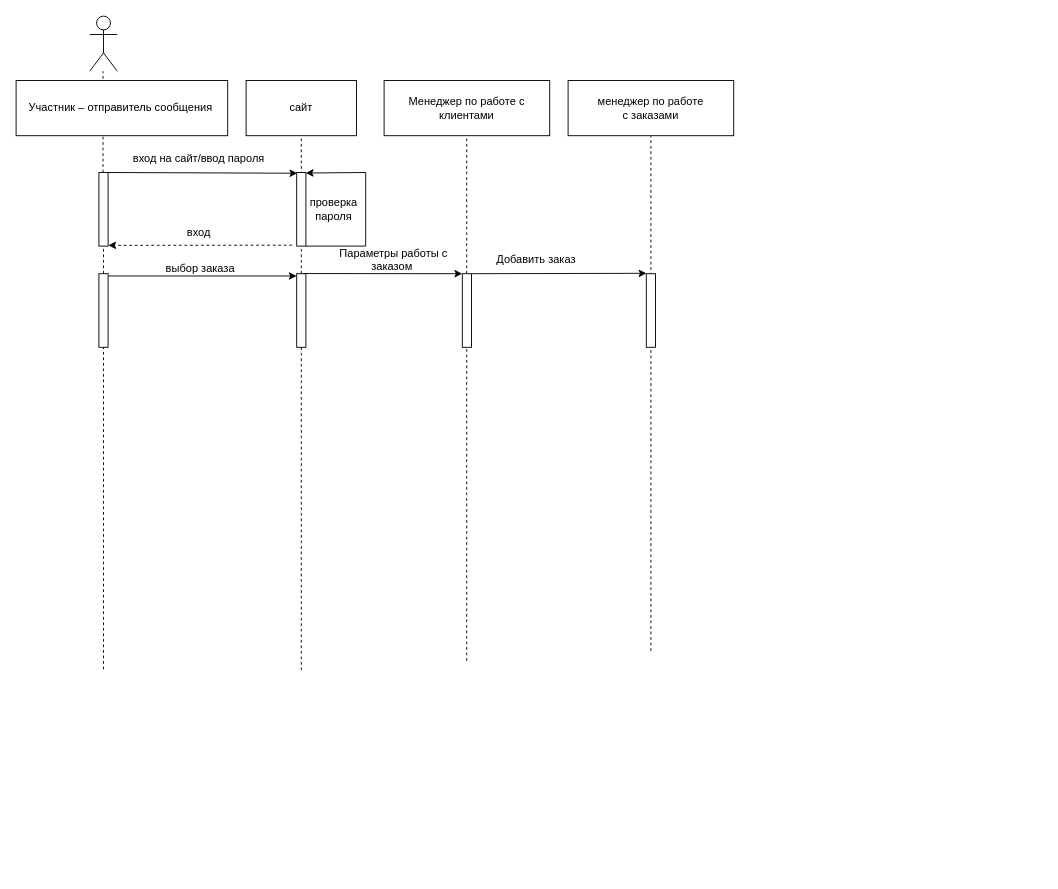
Before: page "лаб.4" (2 of 4) of Диаграмма без названия.drawio in Ev0or/dontTouch, a draw.io diagram. Source tidied: cells renumbered, new cells numbered last; positions are measured from the earlier drawing's top-left corner, leaving out a move shared by most shapes. Both pictures are drawn from the tidied source at 92%, with x=0, y=0 at pixel (16, 16).
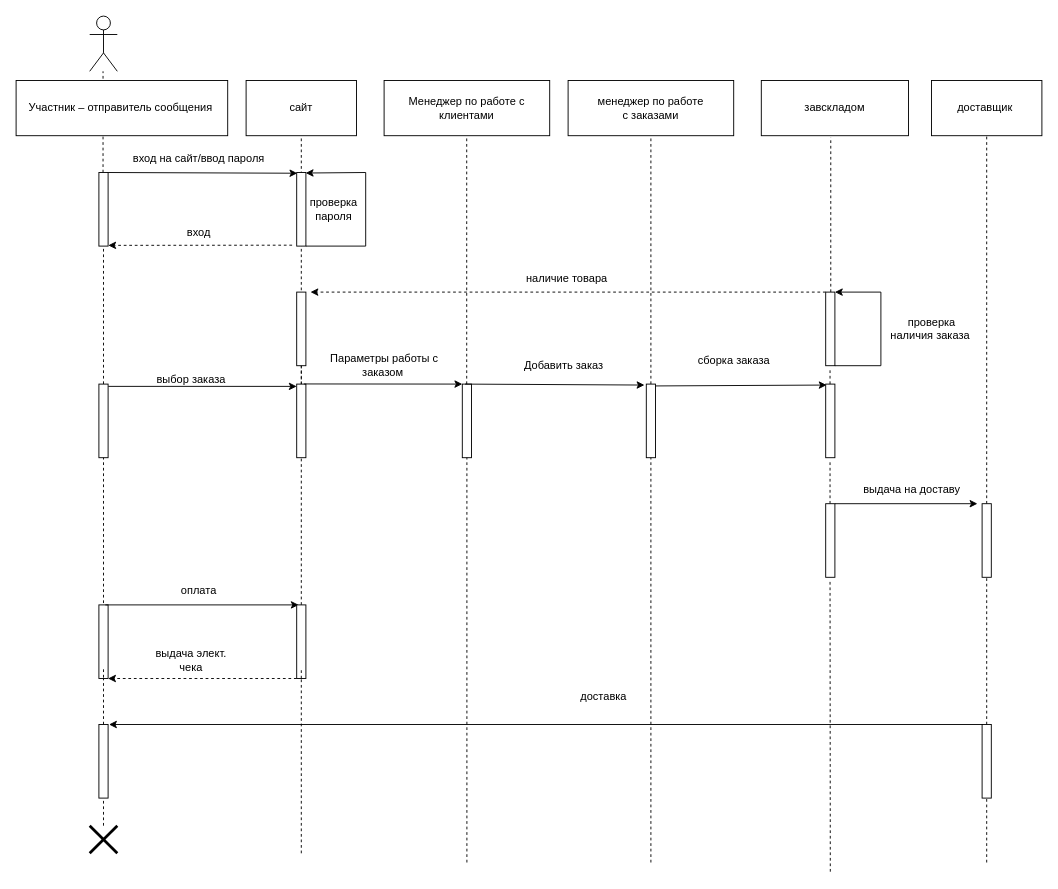
The same diagram, later.

Change to the diagram source:
```diff
@@
+    <mxCell id="34" style="endArrow=none;dashed=1;html=1;rounded=0;" parent="1" edge="1">
+      <mxGeometry relative="1" as="geometry">
+        <mxPoint x="1055" y="920" as="sourcePoint" />
+        <mxPoint x="1055" y="120" as="targetPoint" />
+      </mxGeometry>
+    </mxCell>
+    <mxCell id="35" style="endArrow=none;dashed=1;html=1;rounded=0;" parent="1" edge="1">
+      <mxGeometry relative="1" as="geometry">
+        <mxPoint x="310" y="910" as="sourcePoint" />
+        <mxPoint x="310" y="130" as="targetPoint" />
+      </mxGeometry>
+    </mxCell>
+    <mxCell id="36" style="endArrow=none;dashed=1;html=1;rounded=0;entryX=0.472;entryY=1.03;entryDx=0;entryDy=0;entryPerimeter=0;startArrow=none;" parent="1" edge="1" source="57" target="37">
+      <mxGeometry relative="1" as="geometry" />
+    </mxCell>
@@
-    <mxCell id="11" style="endArrow=none;dashed=1;html=1;rounded=0;startArrow=none;" parent="1" edge="1" source="15">
-      <mxGeometry relative="1" as="geometry">
-        <mxPoint x="310" y="130" as="targetPoint" />
-      </mxGeometry>
-    </mxCell>
@@
     <mxCell id="13" value="выбор заказа" style="text;html=1;align=center;verticalAlign=middle;strokeColor=none;fillColor=none;" parent="1" vertex="1">
-      <mxGeometry x="150" y="260" width="100" height="30" as="geometry" />
+      <mxGeometry x="140" y="380" width="100" height="30" as="geometry" />
     </mxCell>
@@
     <mxCell id="15" style="html=1;points=[];perimeter=orthogonalPerimeter;" parent="1" vertex="1">
-      <mxGeometry x="305" y="280" width="10" height="80" as="geometry" />
+      <mxGeometry x="305" y="400" width="10" height="80" as="geometry" />
     </mxCell>
-    <mxCell id="16" style="endArrow=none;dashed=1;html=1;rounded=0;" parent="1" edge="1" target="15">
-      <mxGeometry relative="1" as="geometry">
-        <mxPoint x="310" y="711" as="sourcePoint" />
-      </mxGeometry>
+    <mxCell id="16" style="endArrow=none;dashed=1;html=1;rounded=0;startArrow=none;" parent="1" edge="1" source="46" target="15">
+      <mxGeometry relative="1" as="geometry" />
     </mxCell>
@@
     <mxCell id="24" style="html=1;points=[];perimeter=orthogonalPerimeter;" parent="1" vertex="1">
-      <mxGeometry x="485" y="280" width="10" height="80" as="geometry" />
+      <mxGeometry x="485" y="400" width="10" height="80" as="geometry" />
     </mxCell>
     <mxCell id="25" style="endArrow=none;dashed=1;html=1;rounded=0;" parent="1" edge="1" target="24">
       <mxGeometry relative="1" as="geometry">
-        <mxPoint x="489.8" y="700.8" as="sourcePoint" />
+        <mxPoint x="490" y="920" as="sourcePoint" />
       </mxGeometry>
     </mxCell>
     <mxCell id="26" value="Параметры работы с&lt;br/&gt;заказом&amp;nbsp;" style="text;html=1;align=center;verticalAlign=middle;strokeColor=none;fillColor=none;" parent="1" vertex="1">
-      <mxGeometry x="340" y="245" width="140" height="40" as="geometry" />
+      <mxGeometry x="330" y="360" width="140" height="40" as="geometry" />
     </mxCell>
     <mxCell id="27" value="Добавить заказ" style="text;html=1;align=center;verticalAlign=middle;strokeColor=none;fillColor=none;" parent="1" vertex="1">
-      <mxGeometry x="510" y="250" width="110" height="30" as="geometry" />
+      <mxGeometry x="540" y="365" width="110" height="30" as="geometry" />
     </mxCell>
-    <mxCell id="28" style="endArrow=classic;html=1;rounded=0;entryX=0.02;entryY=-0.005;entryDx=0;entryDy=0;entryPerimeter=0;" parent="1" edge="1" target="33">
-      <mxGeometry relative="1" as="geometry">
-        <mxPoint x="495" y="280" as="sourcePoint" />
-      </mxGeometry>
+    <mxCell id="28" style="endArrow=classic;html=1;rounded=0;exitX=0.3;exitY=0;exitDx=0;exitDy=0;exitPerimeter=0;entryX=-0.2;entryY=0.013;entryDx=0;entryDy=0;entryPerimeter=0;" parent="1" edge="1" source="24" target="33">
+      <mxGeometry relative="1" as="geometry" />
     </mxCell>
     <mxCell id="29" style="html=1;points=[];perimeter=orthogonalPerimeter;" parent="1" vertex="1">
-      <mxGeometry x="90" y="280" width="10" height="80" as="geometry" />
+      <mxGeometry x="90" y="400" width="10" height="80" as="geometry" />
     </mxCell>
-    <mxCell id="30" style="endArrow=none;dashed=1;html=1;rounded=0;" parent="1" edge="1" target="29">
-      <mxGeometry relative="1" as="geometry">
-        <mxPoint x="95" y="710" as="sourcePoint" />
-      </mxGeometry>
+    <mxCell id="30" style="endArrow=none;dashed=1;html=1;rounded=0;startArrow=none;" parent="1" edge="1" source="67" target="29">
+      <mxGeometry relative="1" as="geometry" />
     </mxCell>
@@
-    <mxCell id="32" style="endArrow=none;dashed=1;html=1;rounded=0;" parent="1" edge="1">
+    <mxCell id="32" style="endArrow=none;dashed=1;html=1;rounded=0;startArrow=none;" parent="1" edge="1" source="33">
       <mxGeometry relative="1" as="geometry">
-        <mxPoint x="690" y="690" as="sourcePoint" />
         <mxPoint x="690" y="130" as="targetPoint" />
       </mxGeometry>
     </mxCell>
+    <mxCell id="37" value="завскладом" style="rounded=0;whiteSpace=wrap;html=1;" parent="1" vertex="1">
+      <mxGeometry x="810" y="70" width="160" height="60" as="geometry" />
+    </mxCell>
+    <mxCell id="38" style="endArrow=classic;html=1;rounded=0;entryX=0.1;entryY=0.013;entryDx=0;entryDy=0;entryPerimeter=0;exitX=0.9;exitY=0.025;exitDx=0;exitDy=0;exitPerimeter=0;" parent="1" edge="1" source="33" target="43">
+      <mxGeometry relative="1" as="geometry" />
+    </mxCell>
+    <mxCell id="39" value="сборка заказа" style="text;html=1;align=center;verticalAlign=middle;strokeColor=none;fillColor=none;" parent="1" vertex="1">
+      <mxGeometry x="730" y="360" width="100" height="30" as="geometry" />
+    </mxCell>
+    <mxCell id="40" value="выдача на доставу&amp;nbsp;" style="text;html=1;align=center;verticalAlign=middle;points=[];strokeColor=none;fillColor=none;" parent="1" vertex="1">
+      <mxGeometry x="910" y="500" width="130" height="30" as="geometry" />
+    </mxCell>
+    <mxCell id="41" value="доставщик&amp;nbsp;" style="rounded=0;whiteSpace=wrap;html=1;" parent="1" vertex="1">
+      <mxGeometry x="995" y="70" width="120" height="60" as="geometry" />
+    </mxCell>
+    <mxCell id="42" value="проверка &lt;br&gt;наличия заказа&amp;nbsp;" style="text;html=1;align=center;verticalAlign=middle;strokeColor=none;fillColor=none;" parent="1" vertex="1">
+      <mxGeometry x="940" y="320" width="110" height="40" as="geometry" />
+    </mxCell>
+    <mxCell id="43" style="html=1;points=[];perimeter=orthogonalPerimeter;" parent="1" vertex="1">
+      <mxGeometry x="880" y="400" width="10" height="80" as="geometry" />
+    </mxCell>
+    <mxCell id="44" style="endArrow=none;dashed=1;html=1;rounded=0;entryX=0.472;entryY=1.03;entryDx=0;entryDy=0;entryPerimeter=0;startArrow=none;" parent="1" edge="1" source="54" target="43">
+      <mxGeometry relative="1" as="geometry" />
+    </mxCell>
+    <mxCell id="45" style="endArrow=classic;html=1;rounded=0;dashed=1;" parent="1" edge="1">
+      <mxGeometry relative="1" as="geometry">
+        <mxPoint x="880" y="300" as="sourcePoint" />
+        <mxPoint x="320" y="300" as="targetPoint" />
+      </mxGeometry>
+    </mxCell>
+    <mxCell id="46" style="html=1;points=[];perimeter=orthogonalPerimeter;" parent="1" vertex="1">
+      <mxGeometry x="305" y="300" width="10" height="80" as="geometry" />
+    </mxCell>
+    <mxCell id="47" value="наличие товара&amp;nbsp;" style="text;html=1;align=center;verticalAlign=middle;strokeColor=none;fillColor=none;" parent="1" vertex="1">
+      <mxGeometry x="540" y="270" width="120" height="30" as="geometry" />
+    </mxCell>
+    <mxCell id="48" style="html=1;points=[];perimeter=orthogonalPerimeter;" parent="1" vertex="1">
+      <mxGeometry x="90" y="640" width="10" height="80" as="geometry" />
+    </mxCell>
+    <mxCell id="49" style="endArrow=none;dashed=1;html=1;rounded=0;" parent="1" edge="1" target="48">
+      <mxGeometry relative="1" as="geometry">
+        <mxPoint x="95" y="710" as="sourcePoint" />
+      </mxGeometry>
+    </mxCell>
+    <mxCell id="50" style="endArrow=classic;html=1;rounded=0;entryX=0.22;entryY=0;entryDx=0;entryDy=0;entryPerimeter=0;exitX=0.7;exitY=0;exitDx=0;exitDy=0;exitPerimeter=0;" parent="1" edge="1" source="48" target="51">
+      <mxGeometry relative="1" as="geometry" />
+    </mxCell>
+    <mxCell id="51" style="html=1;points=[];perimeter=orthogonalPerimeter;" parent="1" vertex="1">
+      <mxGeometry x="305" y="640" width="10" height="80" as="geometry" />
+    </mxCell>
+    <mxCell id="52" style="endArrow=none;dashed=1;html=1;rounded=0;" parent="1" edge="1" target="51">
+      <mxGeometry relative="1" as="geometry">
+        <mxPoint x="310" y="711" as="sourcePoint" />
+      </mxGeometry>
+    </mxCell>
+    <mxCell id="53" value="оплата&amp;nbsp;" style="text;html=1;align=center;verticalAlign=middle;strokeColor=none;fillColor=none;" parent="1" vertex="1">
+      <mxGeometry x="165" y="610" width="70" height="30" as="geometry" />
+    </mxCell>
+    <mxCell id="54" style="html=1;points=[];perimeter=orthogonalPerimeter;" parent="1" vertex="1">
+      <mxGeometry x="880" y="530" width="10" height="80" as="geometry" />
+    </mxCell>
+    <mxCell id="55" style="endArrow=none;dashed=1;html=1;rounded=0;entryX=0.472;entryY=1.03;entryDx=0;entryDy=0;entryPerimeter=0;" parent="1" edge="1" target="54">
+      <mxGeometry relative="1" as="geometry">
+        <mxPoint x="885" y="930" as="sourcePoint" />
+      </mxGeometry>
+    </mxCell>
     <mxCell id="33" style="html=1;points=[];perimeter=orthogonalPerimeter;" parent="1" vertex="1">
-      <mxGeometry x="685" y="280" width="10" height="80" as="geometry" />
+      <mxGeometry x="685" y="400" width="10" height="80" as="geometry" />
     </mxCell>
+    <mxCell id="56" style="endArrow=none;dashed=1;html=1;rounded=0;" parent="1" edge="1" target="33">
+      <mxGeometry relative="1" as="geometry">
+        <mxPoint x="690" y="920" as="sourcePoint" />
+      </mxGeometry>
+    </mxCell>
+    <mxCell id="57" style="html=1;points=[];perimeter=orthogonalPerimeter;" parent="1" vertex="1">
+      <mxGeometry x="880" y="300" width="10" height="80" as="geometry" />
+    </mxCell>
+    <mxCell id="58" style="endArrow=none;dashed=1;html=1;rounded=0;entryX=0.472;entryY=1.03;entryDx=0;entryDy=0;entryPerimeter=0;startArrow=none;" parent="1" edge="1" source="43" target="57">
+      <mxGeometry relative="1" as="geometry" />
+    </mxCell>
+    <mxCell id="59" style="endArrow=classic;html=1;rounded=0;entryX=1;entryY=0;entryDx=0;entryDy=0;entryPerimeter=0;" parent="1" edge="1" target="57">
+      <mxGeometry relative="1" as="geometry">
+        <mxPoint x="890" y="380" as="sourcePoint" />
+        <Array as="points">
+          <mxPoint x="940" y="380" />
+          <mxPoint x="940" y="300" />
+        </Array>
+      </mxGeometry>
+    </mxCell>
+    <mxCell id="60" value="выдача элект.&lt;br&gt;чека" style="text;html=1;align=center;verticalAlign=middle;strokeColor=none;fillColor=none;" parent="1" vertex="1">
+      <mxGeometry x="140" y="680" width="100" height="40" as="geometry" />
+    </mxCell>
+    <mxCell id="61" style="endArrow=classic;html=1;rounded=0;entryX=1;entryY=1;entryDx=0;entryDy=0;entryPerimeter=0;dashed=1;" parent="1" edge="1" target="48">
+      <mxGeometry relative="1" as="geometry">
+        <mxPoint x="305" y="720" as="sourcePoint" />
+      </mxGeometry>
+    </mxCell>
+    <mxCell id="62" style="endArrow=classic;html=1;rounded=0;entryX=1.038;entryY=1;entryDx=0;entryDy=0;entryPerimeter=0;" parent="1" edge="1" target="40">
+      <mxGeometry relative="1" as="geometry">
+        <mxPoint x="890" y="530" as="sourcePoint" />
+      </mxGeometry>
+    </mxCell>
+    <mxCell id="63" style="html=1;perimeter=orthogonalPerimeter;" parent="1" vertex="1">
+      <mxGeometry x="1050" y="530" width="10" height="80" as="geometry" />
+    </mxCell>
+    <mxCell id="64" style="html=1;perimeter=orthogonalPerimeter;" parent="1" vertex="1">
+      <mxGeometry x="1050" y="770" width="10" height="80" as="geometry" />
+    </mxCell>
+    <mxCell id="65" style="endArrow=classic;html=1;rounded=0;entryX=1.1;entryY=0;entryDx=0;entryDy=0;entryPerimeter=0;" parent="1" edge="1" target="67">
+      <mxGeometry relative="1" as="geometry">
+        <mxPoint x="1050" y="770" as="sourcePoint" />
+      </mxGeometry>
+    </mxCell>
+    <mxCell id="66" value="доставка&amp;nbsp;" style="text;html=1;align=center;verticalAlign=middle;strokeColor=none;fillColor=none;" parent="1" vertex="1">
+      <mxGeometry x="600" y="725" width="80" height="30" as="geometry" />
+    </mxCell>
+    <mxCell id="67" style="html=1;points=[];perimeter=orthogonalPerimeter;" parent="1" vertex="1">
+      <mxGeometry x="90" y="770" width="10" height="80" as="geometry" />
+    </mxCell>
+    <mxCell id="68" style="endArrow=none;dashed=1;html=1;rounded=0;startArrow=none;" parent="1" edge="1" source="69" target="67">
+      <mxGeometry relative="1" as="geometry" />
+    </mxCell>
+    <mxCell id="69" style="shape=umlDestroy;whiteSpace=wrap;html=1;strokeWidth=3;" parent="1" vertex="1">
+      <mxGeometry x="80" y="880" width="30" height="30" as="geometry" />
+    </mxCell>
```
